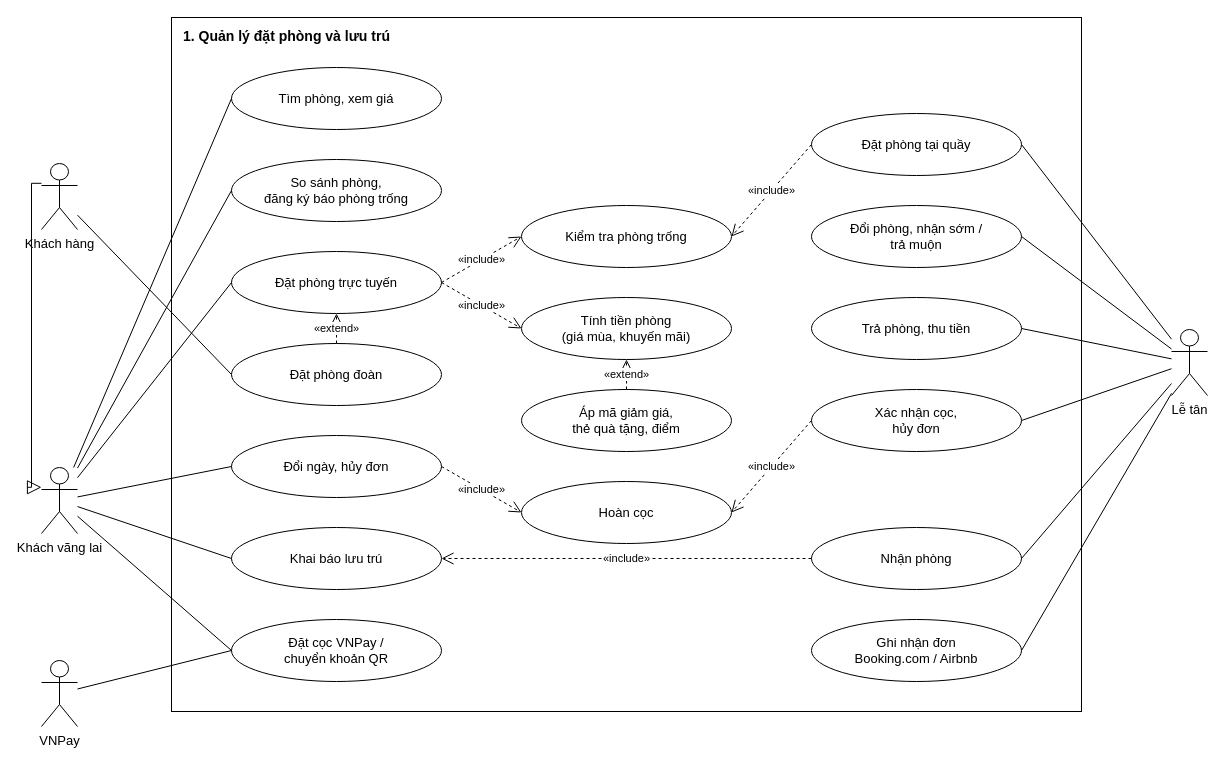
Earlier version of the draw.io diagram docs/use-case/ucn1-dat-phong-luu-tru.drawio (ngynquchn2511/beach-hotel). Source tidied: cells renumbered, new cells numbered last; positions are measured from the earlier drawing's top-left corner, leaving out a move shared by most shapes. Both pictures are drawn from the tidied source at 100%, with x=0, y=0 at pixel (41, 17).
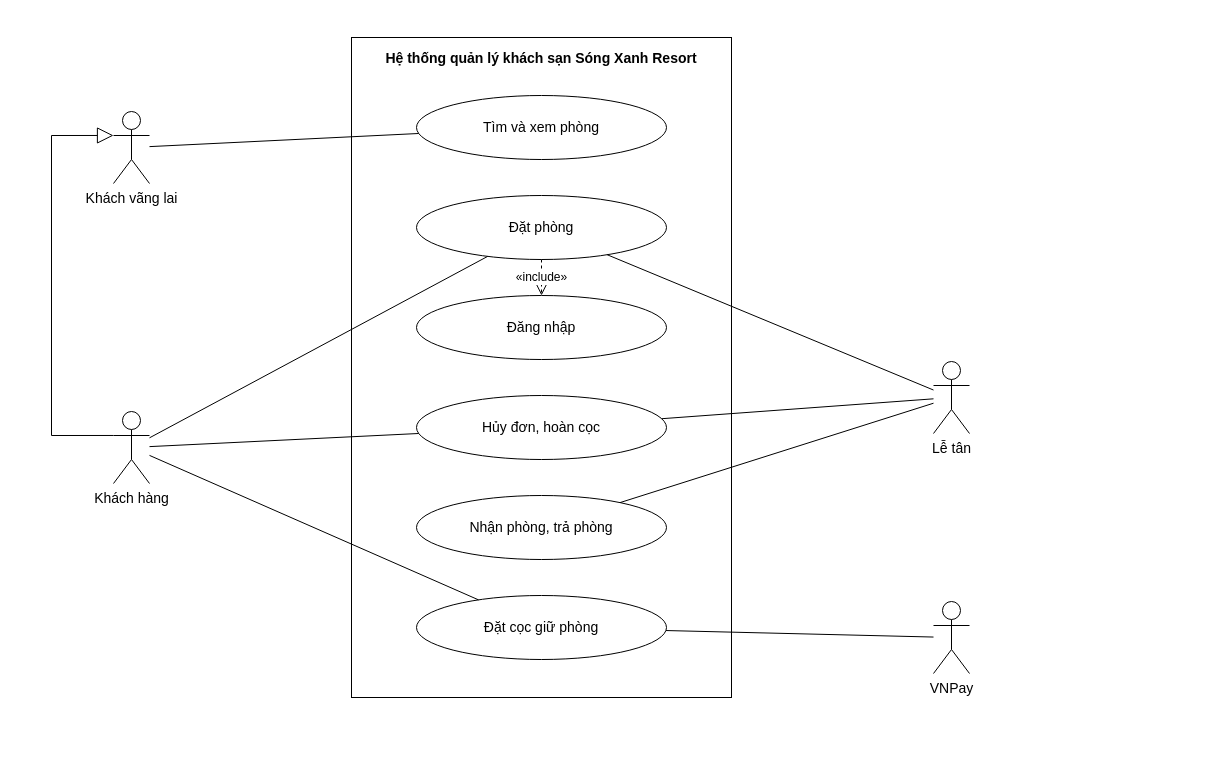
The same page after the edit.

The edit, as a diff of the source:
```diff
@@
-<mxGraphModel>
+<mxGraphModel background="#FFFFFF">
@@
-    <mxCell id="2" value="1. Quản lý đặt phòng và lưu trú" style="fontFamily=Arial;fontColor=#000000;rounded=0;whiteSpace=wrap;html=1;fillColor=none;strokeColor=#000000;verticalAlign=top;align=left;spacingLeft=10;spacingTop=4;fontStyle=1;fontSize=14;" parent="1" vertex="1">
-      <mxGeometry x="130" width="910" height="694" as="geometry" />
-    </mxCell>
-    <mxCell id="3" value="Tìm phòng, xem giá" style="fontFamily=Arial;fontColor=#000000;ellipse;whiteSpace=wrap;html=1;fillColor=#FFFFFF;strokeColor=#000000;fontSize=13;" parent="1" vertex="1">
-      <mxGeometry x="190" y="50" width="210" height="62" as="geometry" />
-    </mxCell>
-    <mxCell id="4" value="So sánh phòng,&lt;br&gt;đăng ký báo phòng trống" style="fontFamily=Arial;fontColor=#000000;ellipse;whiteSpace=wrap;html=1;fillColor=#FFFFFF;strokeColor=#000000;fontSize=13;" parent="1" vertex="1">
-      <mxGeometry x="190" y="142" width="210" height="62" as="geometry" />
-    </mxCell>
-    <mxCell id="5" value="Đặt phòng trực tuyến" style="fontFamily=Arial;fontColor=#000000;ellipse;whiteSpace=wrap;html=1;fillColor=#FFFFFF;strokeColor=#000000;fontSize=13;" parent="1" vertex="1">
-      <mxGeometry x="190" y="234" width="210" height="62" as="geometry" />
-    </mxCell>
-    <mxCell id="6" value="Đặt phòng đoàn" style="fontFamily=Arial;fontColor=#000000;ellipse;whiteSpace=wrap;html=1;fillColor=#FFFFFF;strokeColor=#000000;fontSize=13;" parent="1" vertex="1">
-      <mxGeometry x="190" y="326" width="210" height="62" as="geometry" />
-    </mxCell>
-    <mxCell id="7" value="Đổi ngày, hủy đơn" style="fontFamily=Arial;fontColor=#000000;ellipse;whiteSpace=wrap;html=1;fillColor=#FFFFFF;strokeColor=#000000;fontSize=13;" parent="1" vertex="1">
-      <mxGeometry x="190" y="418" width="210" height="62" as="geometry" />
-    </mxCell>
-    <mxCell id="8" value="Khai báo lưu trú" style="fontFamily=Arial;fontColor=#000000;ellipse;whiteSpace=wrap;html=1;fillColor=#FFFFFF;strokeColor=#000000;fontSize=13;" parent="1" vertex="1">
-      <mxGeometry x="190" y="510" width="210" height="62" as="geometry" />
-    </mxCell>
-    <mxCell id="9" value="Đặt cọc VNPay /&lt;br&gt;chuyển khoản QR" style="fontFamily=Arial;fontColor=#000000;ellipse;whiteSpace=wrap;html=1;fillColor=#FFFFFF;strokeColor=#000000;fontSize=13;" parent="1" vertex="1">
-      <mxGeometry x="190" y="602" width="210" height="62" as="geometry" />
-    </mxCell>
-    <mxCell id="10" value="Kiểm tra phòng trống" style="fontFamily=Arial;fontColor=#000000;ellipse;whiteSpace=wrap;html=1;fillColor=#FFFFFF;strokeColor=#000000;fontSize=13;" parent="1" vertex="1">
-      <mxGeometry x="480" y="188" width="210" height="62" as="geometry" />
-    </mxCell>
-    <mxCell id="11" value="Tính tiền phòng&lt;br&gt;(giá mùa, khuyến mãi)" style="fontFamily=Arial;fontColor=#000000;ellipse;whiteSpace=wrap;html=1;fillColor=#FFFFFF;strokeColor=#000000;fontSize=13;" parent="1" vertex="1">
-      <mxGeometry x="480" y="280" width="210" height="62" as="geometry" />
-    </mxCell>
-    <mxCell id="12" value="Áp mã giảm giá,&lt;br&gt;thẻ quà tặng, điểm" style="fontFamily=Arial;fontColor=#000000;ellipse;whiteSpace=wrap;html=1;fillColor=#FFFFFF;strokeColor=#000000;fontSize=13;" parent="1" vertex="1">
-      <mxGeometry x="480" y="372" width="210" height="62" as="geometry" />
-    </mxCell>
-    <mxCell id="13" value="Hoàn cọc" style="fontFamily=Arial;fontColor=#000000;ellipse;whiteSpace=wrap;html=1;fillColor=#FFFFFF;strokeColor=#000000;fontSize=13;" parent="1" vertex="1">
-      <mxGeometry x="480" y="464" width="210" height="62" as="geometry" />
-    </mxCell>
-    <mxCell id="14" value="Đặt phòng tại quầy" style="fontFamily=Arial;fontColor=#000000;ellipse;whiteSpace=wrap;html=1;fillColor=#FFFFFF;strokeColor=#000000;fontSize=13;" parent="1" vertex="1">
-      <mxGeometry x="770" y="96" width="210" height="62" as="geometry" />
-    </mxCell>
-    <mxCell id="15" value="Đổi phòng, nhận sớm /&lt;br&gt;trả muộn" style="fontFamily=Arial;fontColor=#000000;ellipse;whiteSpace=wrap;html=1;fillColor=#FFFFFF;strokeColor=#000000;fontSize=13;" parent="1" vertex="1">
-      <mxGeometry x="770" y="188" width="210" height="62" as="geometry" />
-    </mxCell>
-    <mxCell id="16" value="Trả phòng, thu tiền" style="fontFamily=Arial;fontColor=#000000;ellipse;whiteSpace=wrap;html=1;fillColor=#FFFFFF;strokeColor=#000000;fontSize=13;" parent="1" vertex="1">
-      <mxGeometry x="770" y="280" width="210" height="62" as="geometry" />
-    </mxCell>
-    <mxCell id="17" value="Xác nhận cọc,&lt;br&gt;hủy đơn" style="fontFamily=Arial;fontColor=#000000;ellipse;whiteSpace=wrap;html=1;fillColor=#FFFFFF;strokeColor=#000000;fontSize=13;" parent="1" vertex="1">
-      <mxGeometry x="770" y="372" width="210" height="62" as="geometry" />
-    </mxCell>
-    <mxCell id="18" value="Nhận phòng" style="fontFamily=Arial;fontColor=#000000;ellipse;whiteSpace=wrap;html=1;fillColor=#FFFFFF;strokeColor=#000000;fontSize=13;" parent="1" vertex="1">
-      <mxGeometry x="770" y="510" width="210" height="62" as="geometry" />
-    </mxCell>
-    <mxCell id="19" value="Ghi nhận đơn&lt;br&gt;Booking.com / Airbnb" style="fontFamily=Arial;fontColor=#000000;ellipse;whiteSpace=wrap;html=1;fillColor=#FFFFFF;strokeColor=#000000;fontSize=13;" parent="1" vertex="1">
-      <mxGeometry x="770" y="602" width="210" height="62" as="geometry" />
-    </mxCell>
+    <mxCell id="47" value="Hệ thống quản lý khách sạn Sóng Xanh Resort" style="fontFamily=Arial;fontColor=#000000;rounded=0;whiteSpace=wrap;html=1;verticalAlign=top;fontStyle=1;fontSize=14;fillColor=none;strokeColor=#000000;spacingTop=6;" parent="1" vertex="1">
+      <mxGeometry x="310" y="20" width="380" height="660" as="geometry" />
+    </mxCell>
+    <mxCell id="48" value="Tìm và xem phòng" style="fontFamily=Arial;fontColor=#000000;ellipse;whiteSpace=wrap;html=1;fillColor=#FFFFFF;strokeColor=#000000;fontSize=14;" parent="1" vertex="1">
+      <mxGeometry x="375" y="78" width="250" height="64" as="geometry" />
+    </mxCell>
+    <mxCell id="49" value="Đặt phòng" style="fontFamily=Arial;fontColor=#000000;ellipse;whiteSpace=wrap;html=1;fillColor=#FFFFFF;strokeColor=#000000;fontSize=14;" parent="1" vertex="1">
+      <mxGeometry x="375" y="178" width="250" height="64" as="geometry" />
+    </mxCell>
+    <mxCell id="50" value="Đăng nhập" style="fontFamily=Arial;fontColor=#000000;ellipse;whiteSpace=wrap;html=1;fillColor=#FFFFFF;strokeColor=#000000;fontSize=14;" parent="1" vertex="1">
+      <mxGeometry x="375" y="278" width="250" height="64" as="geometry" />
+    </mxCell>
+    <mxCell id="51" value="Hủy đơn, hoàn cọc" style="fontFamily=Arial;fontColor=#000000;ellipse;whiteSpace=wrap;html=1;fillColor=#FFFFFF;strokeColor=#000000;fontSize=14;" parent="1" vertex="1">
+      <mxGeometry x="375" y="378" width="250" height="64" as="geometry" />
+    </mxCell>
+    <mxCell id="52" value="Nhận phòng, trả phòng" style="fontFamily=Arial;fontColor=#000000;ellipse;whiteSpace=wrap;html=1;fillColor=#FFFFFF;strokeColor=#000000;fontSize=14;" parent="1" vertex="1">
+      <mxGeometry x="375" y="478" width="250" height="64" as="geometry" />
+    </mxCell>
+    <mxCell id="53" value="Đặt cọc giữ phòng" style="fontFamily=Arial;fontColor=#000000;ellipse;whiteSpace=wrap;html=1;fillColor=#FFFFFF;strokeColor=#000000;fontSize=14;" parent="1" vertex="1">
+      <mxGeometry x="375" y="578" width="250" height="64" as="geometry" />
+    </mxCell>
+    <mxCell id="22" value="Khách vãng lai" style="fontFamily=Arial;fontColor=#000000;shape=umlActor;verticalLabelPosition=bottom;verticalAlign=top;html=1;outlineConnect=0;fillColor=#FFFFFF;strokeColor=#000000;fontSize=14;" parent="1" vertex="1">
+      <mxGeometry x="72" y="94" width="36" height="72" as="geometry" />
+    </mxCell>
-    <mxCell id="20" value="Khách hàng" style="fontFamily=Arial;fontColor=#000000;shape=umlActor;verticalLabelPosition=bottom;verticalAlign=top;html=1;outlineConnect=0;fillColor=#FFFFFF;strokeColor=#000000;fontSize=13;" parent="1" vertex="1">
-      <mxGeometry y="146" width="36" height="66" as="geometry" />
+    <mxCell id="20" value="Khách hàng" style="fontFamily=Arial;fontColor=#000000;shape=umlActor;verticalLabelPosition=bottom;verticalAlign=top;html=1;outlineConnect=0;fillColor=#FFFFFF;strokeColor=#000000;fontSize=14;" parent="1" vertex="1">
+      <mxGeometry x="72" y="394" width="36" height="72" as="geometry" />
     </mxCell>
-    <mxCell id="21" style="fontFamily=Arial;fontColor=#000000;endArrow=none;html=1;strokeColor=#000000;entryX=0;entryY=0.5;entryDx=0;entryDy=0;" parent="1" edge="1" source="20" target="6">
-      <mxGeometry relative="1" as="geometry" />
-    </mxCell>
-    <mxCell id="22" value="Khách vãng lai" style="fontFamily=Arial;fontColor=#000000;shape=umlActor;verticalLabelPosition=bottom;verticalAlign=top;html=1;outlineConnect=0;fillColor=#FFFFFF;strokeColor=#000000;fontSize=13;" parent="1" vertex="1">
-      <mxGeometry y="450" width="36" height="66" as="geometry" />
-    </mxCell>
-    <mxCell id="23" style="fontFamily=Arial;fontColor=#000000;endArrow=none;html=1;strokeColor=#000000;entryX=0;entryY=0.5;entryDx=0;entryDy=0;" parent="1" edge="1" source="22" target="3">
-      <mxGeometry relative="1" as="geometry" />
-    </mxCell>
-    <mxCell id="24" style="fontFamily=Arial;fontColor=#000000;endArrow=none;html=1;strokeColor=#000000;entryX=0;entryY=0.5;entryDx=0;entryDy=0;" parent="1" edge="1" source="22" target="4">
-      <mxGeometry relative="1" as="geometry" />
-    </mxCell>
-    <mxCell id="25" style="fontFamily=Arial;fontColor=#000000;endArrow=none;html=1;strokeColor=#000000;entryX=0;entryY=0.5;entryDx=0;entryDy=0;" parent="1" edge="1" source="22" target="5">
-      <mxGeometry relative="1" as="geometry" />
-    </mxCell>
-    <mxCell id="26" style="fontFamily=Arial;fontColor=#000000;endArrow=none;html=1;strokeColor=#000000;entryX=0;entryY=0.5;entryDx=0;entryDy=0;" parent="1" edge="1" source="22" target="7">
-      <mxGeometry relative="1" as="geometry" />
-    </mxCell>
-    <mxCell id="27" style="fontFamily=Arial;fontColor=#000000;endArrow=none;html=1;strokeColor=#000000;entryX=0;entryY=0.5;entryDx=0;entryDy=0;" parent="1" edge="1" source="22" target="8">
-      <mxGeometry relative="1" as="geometry" />
-    </mxCell>
-    <mxCell id="28" style="fontFamily=Arial;fontColor=#000000;endArrow=none;html=1;strokeColor=#000000;entryX=0;entryY=0.5;entryDx=0;entryDy=0;" parent="1" edge="1" source="22" target="9">
-      <mxGeometry relative="1" as="geometry" />
-    </mxCell>
+    <mxCell id="31" value="Lễ tân" style="fontFamily=Arial;fontColor=#000000;shape=umlActor;verticalLabelPosition=bottom;verticalAlign=top;html=1;outlineConnect=0;fillColor=#FFFFFF;strokeColor=#000000;fontSize=14;" parent="1" vertex="1">
+      <mxGeometry x="892" y="344" width="36" height="72" as="geometry" />
+    </mxCell>
-    <mxCell id="29" value="VNPay" style="fontFamily=Arial;fontColor=#000000;shape=umlActor;verticalLabelPosition=bottom;verticalAlign=top;html=1;outlineConnect=0;fillColor=#FFFFFF;strokeColor=#000000;fontSize=13;" parent="1" vertex="1">
-      <mxGeometry y="643" width="36" height="66" as="geometry" />
+    <mxCell id="29" value="VNPay" style="fontFamily=Arial;fontColor=#000000;shape=umlActor;verticalLabelPosition=bottom;verticalAlign=top;html=1;outlineConnect=0;fillColor=#FFFFFF;strokeColor=#000000;fontSize=14;" parent="1" vertex="1">
+      <mxGeometry x="892" y="584" width="36" height="72" as="geometry" />
     </mxCell>
-    <mxCell id="30" style="fontFamily=Arial;fontColor=#000000;endArrow=none;html=1;strokeColor=#000000;entryX=0;entryY=0.5;entryDx=0;entryDy=0;" parent="1" edge="1" source="29" target="9">
-      <mxGeometry relative="1" as="geometry" />
-    </mxCell>
-    <mxCell id="31" value="Lễ tân" style="fontFamily=Arial;fontColor=#000000;shape=umlActor;verticalLabelPosition=bottom;verticalAlign=top;html=1;outlineConnect=0;fillColor=#FFFFFF;strokeColor=#000000;fontSize=13;" parent="1" vertex="1">
-      <mxGeometry x="1130" y="312" width="36" height="66" as="geometry" />
-    </mxCell>
-    <mxCell id="32" style="fontFamily=Arial;fontColor=#000000;endArrow=none;html=1;strokeColor=#000000;entryX=1;entryY=0.5;entryDx=0;entryDy=0;" parent="1" edge="1" source="31" target="14">
-      <mxGeometry relative="1" as="geometry" />
-    </mxCell>
-    <mxCell id="33" style="fontFamily=Arial;fontColor=#000000;endArrow=none;html=1;strokeColor=#000000;entryX=1;entryY=0.5;entryDx=0;entryDy=0;" parent="1" edge="1" source="31" target="17">
-      <mxGeometry relative="1" as="geometry" />
-    </mxCell>
-    <mxCell id="34" style="fontFamily=Arial;fontColor=#000000;endArrow=none;html=1;strokeColor=#000000;entryX=1;entryY=0.5;entryDx=0;entryDy=0;" parent="1" edge="1" source="31" target="18">
-      <mxGeometry relative="1" as="geometry" />
-    </mxCell>
-    <mxCell id="35" style="fontFamily=Arial;fontColor=#000000;endArrow=none;html=1;strokeColor=#000000;entryX=1;entryY=0.5;entryDx=0;entryDy=0;" parent="1" edge="1" source="31" target="16">
-      <mxGeometry relative="1" as="geometry" />
-    </mxCell>
-    <mxCell id="36" style="fontFamily=Arial;fontColor=#000000;endArrow=none;html=1;strokeColor=#000000;entryX=1;entryY=0.5;entryDx=0;entryDy=0;" parent="1" edge="1" source="31" target="15">
-      <mxGeometry relative="1" as="geometry" />
-    </mxCell>
-    <mxCell id="37" style="fontFamily=Arial;fontColor=#000000;endArrow=none;html=1;strokeColor=#000000;entryX=1;entryY=0.5;entryDx=0;entryDy=0;" parent="1" edge="1" source="31" target="19">
-      <mxGeometry relative="1" as="geometry" />
-    </mxCell>
-    <mxCell id="38" value="«include»" style="fontFamily=Arial;fontColor=#000000;endArrow=open;endSize=10;dashed=1;html=1;strokeColor=#000000;fontSize=11;labelBackgroundColor=#FFFFFF;exitX=1;exitY=0.5;entryX=0;entryY=0.5;exitDx=0;exitDy=0;entryDx=0;entryDy=0;" parent="1" edge="1" source="5" target="10">
-      <mxGeometry relative="1" as="geometry" />
-    </mxCell>
-    <mxCell id="39" value="«include»" style="fontFamily=Arial;fontColor=#000000;endArrow=open;endSize=10;dashed=1;html=1;strokeColor=#000000;fontSize=11;labelBackgroundColor=#FFFFFF;exitX=1;exitY=0.5;entryX=0;entryY=0.5;exitDx=0;exitDy=0;entryDx=0;entryDy=0;" parent="1" edge="1" source="5" target="11">
-      <mxGeometry relative="1" as="geometry" />
-    </mxCell>
-    <mxCell id="40" value="«extend»" style="fontFamily=Arial;fontColor=#000000;endArrow=open;endSize=10;dashed=1;html=1;strokeColor=#000000;fontSize=11;labelBackgroundColor=#FFFFFF;exitX=0.5;exitY=0;entryX=0.5;entryY=1;exitDx=0;exitDy=0;entryDx=0;entryDy=0;" parent="1" edge="1" source="6" target="5">
-      <mxGeometry relative="1" as="geometry" />
-    </mxCell>
-    <mxCell id="41" value="«include»" style="fontFamily=Arial;fontColor=#000000;endArrow=open;endSize=10;dashed=1;html=1;strokeColor=#000000;fontSize=11;labelBackgroundColor=#FFFFFF;exitX=0;exitY=0.5;entryX=1;entryY=0.5;exitDx=0;exitDy=0;entryDx=0;entryDy=0;" parent="1" edge="1" source="14" target="10">
-      <mxGeometry relative="1" as="geometry" />
-    </mxCell>
-    <mxCell id="42" value="«extend»" style="fontFamily=Arial;fontColor=#000000;endArrow=open;endSize=10;dashed=1;html=1;strokeColor=#000000;fontSize=11;labelBackgroundColor=#FFFFFF;exitX=0.5;exitY=0;entryX=0.5;entryY=1;exitDx=0;exitDy=0;entryDx=0;entryDy=0;" parent="1" edge="1" source="12" target="11">
-      <mxGeometry relative="1" as="geometry" />
-    </mxCell>
-    <mxCell id="43" value="«include»" style="fontFamily=Arial;fontColor=#000000;endArrow=open;endSize=10;dashed=1;html=1;strokeColor=#000000;fontSize=11;labelBackgroundColor=#FFFFFF;exitX=1;exitY=0.5;entryX=0;entryY=0.5;exitDx=0;exitDy=0;entryDx=0;entryDy=0;" parent="1" edge="1" source="7" target="13">
-      <mxGeometry relative="1" as="geometry" />
-    </mxCell>
-    <mxCell id="44" value="«include»" style="fontFamily=Arial;fontColor=#000000;endArrow=open;endSize=10;dashed=1;html=1;strokeColor=#000000;fontSize=11;labelBackgroundColor=#FFFFFF;exitX=0;exitY=0.5;entryX=1;entryY=0.5;exitDx=0;exitDy=0;entryDx=0;entryDy=0;" parent="1" edge="1" source="17" target="13">
-      <mxGeometry relative="1" as="geometry" />
-    </mxCell>
-    <mxCell id="45" value="«include»" style="fontFamily=Arial;fontColor=#000000;endArrow=open;endSize=10;dashed=1;html=1;strokeColor=#000000;fontSize=11;labelBackgroundColor=#FFFFFF;exitX=0;exitY=0.5;entryX=1;entryY=0.5;exitDx=0;exitDy=0;entryDx=0;entryDy=0;" parent="1" edge="1" source="18" target="8">
-      <mxGeometry relative="1" as="geometry" />
-    </mxCell>
+    <mxCell id="54" style="fontFamily=Arial;fontColor=#000000;endArrow=none;html=1;strokeColor=#000000;rounded=0;" parent="1" edge="1" source="22" target="48">
+      <mxGeometry relative="1" as="geometry" />
+    </mxCell>
+    <mxCell id="55" style="fontFamily=Arial;fontColor=#000000;endArrow=none;html=1;strokeColor=#000000;rounded=0;" parent="1" edge="1" source="20" target="49">
+      <mxGeometry relative="1" as="geometry" />
+    </mxCell>
+    <mxCell id="56" style="fontFamily=Arial;fontColor=#000000;endArrow=none;html=1;strokeColor=#000000;rounded=0;" parent="1" edge="1" source="20" target="53">
+      <mxGeometry relative="1" as="geometry" />
+    </mxCell>
+    <mxCell id="57" style="fontFamily=Arial;fontColor=#000000;endArrow=none;html=1;strokeColor=#000000;rounded=0;" parent="1" edge="1" source="20" target="51">
+      <mxGeometry relative="1" as="geometry" />
+    </mxCell>
+    <mxCell id="58" style="fontFamily=Arial;fontColor=#000000;endArrow=none;html=1;strokeColor=#000000;rounded=0;" parent="1" edge="1" source="29" target="53">
+      <mxGeometry relative="1" as="geometry" />
+    </mxCell>
+    <mxCell id="59" style="fontFamily=Arial;fontColor=#000000;endArrow=none;html=1;strokeColor=#000000;rounded=0;" parent="1" edge="1" source="31" target="49">
+      <mxGeometry relative="1" as="geometry" />
+    </mxCell>
+    <mxCell id="60" style="fontFamily=Arial;fontColor=#000000;endArrow=none;html=1;strokeColor=#000000;rounded=0;" parent="1" edge="1" source="31" target="51">
+      <mxGeometry relative="1" as="geometry" />
+    </mxCell>
+    <mxCell id="61" style="fontFamily=Arial;fontColor=#000000;endArrow=none;html=1;strokeColor=#000000;rounded=0;" parent="1" edge="1" source="31" target="52">
+      <mxGeometry relative="1" as="geometry" />
+    </mxCell>
+    <mxCell id="62" value="«include»" style="fontFamily=Arial;fontColor=#000000;endArrow=open;endSize=10;dashed=1;html=1;strokeColor=#000000;rounded=0;fontSize=12;labelBackgroundColor=#FFFFFF;exitX=0.5;exitY=1;exitDx=0;exitDy=0;exitPerimeter=0;entryX=0.5;entryY=0;entryDx=0;entryDy=0;entryPerimeter=0;" parent="1" edge="1" source="49" target="50">
+      <mxGeometry relative="1" as="geometry" />
+    </mxCell>
-    <mxCell id="46" style="fontFamily=Arial;fontColor=#000000;endArrow=block;endFill=0;endSize=12;html=1;strokeColor=#000000;edgeStyle=orthogonalEdgeStyle;rounded=0;exitX=0;exitY=0.3;entryX=0;entryY=0.3;exitDx=0;exitDy=0;entryDx=0;entryDy=0;" parent="1" edge="1" source="20" target="22">
-      <mxGeometry relative="1" as="geometry" />
+    <mxCell id="46" style="fontFamily=Arial;fontColor=#000000;endArrow=block;endSize=14;endFill=0;html=1;strokeColor=#000000;rounded=0;exitX=0;exitY=0.333;exitDx=0;exitDy=0;exitPerimeter=0;entryX=0;entryY=0.333;entryDx=0;entryDy=0;entryPerimeter=0;" parent="1" edge="1" source="20" target="22">
+      <mxGeometry relative="1" as="geometry">
+        <Array as="points">
+          <mxPoint x="10" y="418" />
+          <mxPoint x="10" y="118" />
+        </Array>
+      </mxGeometry>
     </mxCell>
```
